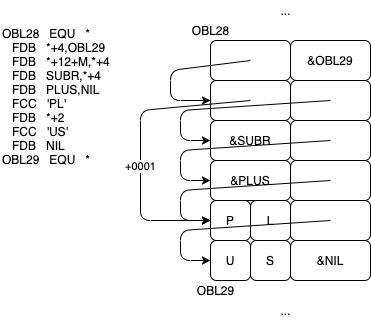
The draw.io diagram assets/2021-08-11-PLUS-Memory Layout.png in guitarvydas/guitarvydas.github.io, before a commit. Source tidied: cells renumbered, new cells last; positions are measured from the earlier drawing's top-left corner, leaving out a move shared by most shapes.
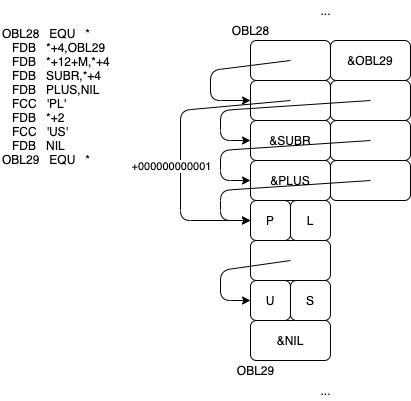
The same file after the commit.

Diff of the diagram source:
```diff
@@ -3,7 +3,7 @@
     <mxCell id="0" />
     <mxCell id="1" parent="0" />
     <mxCell id="2" value="OBL28   EQU   *&#10;   FDB   *+4,OBL29&#10;   FDB   *+12+M,*+4&#10;   FDB   SUBR,*+4&#10;   FDB   PLUS,NIL&#10;   FCC   'PL'&#10;   FDB   *+2&#10;   FCC   'US'&#10;   FDB   NIL&#10;OBL29   EQU   *" style="text;whiteSpace=wrap;html=1;" parent="1" vertex="1">
-      <mxGeometry y="20" width="130" height="160" as="geometry" />
+      <mxGeometry x="-40" y="20" width="130" height="160" as="geometry" />
     </mxCell>
     <mxCell id="3" style="rounded=1;whiteSpace=wrap;html=1;" parent="1" vertex="1">
       <mxGeometry x="210" y="40" width="80" height="40" as="geometry" />
@@ -36,16 +36,16 @@
       <mxGeometry x="210" y="200" width="40" height="40" as="geometry" />
     </mxCell>
     <mxCell id="13" style="rounded=1;whiteSpace=wrap;html=1;" parent="1" vertex="1">
-      <mxGeometry x="290" y="200" width="80" height="40" as="geometry" />
+      <mxGeometry x="210" y="240" width="80" height="40" as="geometry" />
     </mxCell>
     <mxCell id="14" value="U" style="rounded=1;whiteSpace=wrap;html=1;" parent="1" vertex="1">
-      <mxGeometry x="210" y="240" width="40" height="40" as="geometry" />
+      <mxGeometry x="210" y="280" width="40" height="40" as="geometry" />
     </mxCell>
     <mxCell id="15" value="&amp;amp;NIL" style="rounded=1;whiteSpace=wrap;html=1;" parent="1" vertex="1">
-      <mxGeometry x="290" y="240" width="80" height="40" as="geometry" />
+      <mxGeometry x="210" y="320" width="80" height="40" as="geometry" />
     </mxCell>
     <mxCell id="16" value="OBL29" style="text;html=1;align=center;verticalAlign=middle;strokeColor=none;" parent="1" vertex="1">
-      <mxGeometry x="190" y="280" width="50" height="20" as="geometry" />
+      <mxGeometry x="190" y="360" width="50" height="20" as="geometry" />
     </mxCell>
     <mxCell id="17" value="..." style="text;html=1;align=center;verticalAlign=middle;strokeColor=none;" parent="1" vertex="1">
       <mxGeometry x="270" y="300" width="30" height="20" as="geometry" />
@@ -57,7 +57,7 @@
       <mxGeometry x="250" y="200" width="40" height="40" as="geometry" />
     </mxCell>
     <mxCell id="20" value="S" style="rounded=1;whiteSpace=wrap;html=1;" parent="1" vertex="1">
-      <mxGeometry x="250" y="240" width="40" height="40" as="geometry" />
+      <mxGeometry x="250" y="280" width="40" height="40" as="geometry" />
     </mxCell>
     <mxCell id="21" style="endArrow=classic;html=1;entryX=0;entryY=0.5;entryDx=0;entryDy=0;exitX=0.5;exitY=0.5;exitDx=0;exitDy=0;exitPerimeter=0;" parent="1" edge="1" source="3" target="5">
       <mxGeometry relative="1" as="geometry">
@@ -99,11 +99,11 @@
     </mxCell>
     <mxCell id="25" style="endArrow=classic;html=1;" parent="1" edge="1">
       <mxGeometry relative="1" as="geometry">
-        <mxPoint x="330" y="220" as="sourcePoint" />
-        <mxPoint x="210" y="260" as="targetPoint" />
+        <mxPoint x="250" y="260" as="sourcePoint" />
+        <mxPoint x="210" y="300" as="targetPoint" />
         <Array as="points">
-          <mxPoint x="180" y="230" />
-          <mxPoint x="180" y="260" />
+          <mxPoint x="180" y="270" />
+          <mxPoint x="180" y="300" />
         </Array>
       </mxGeometry>
     </mxCell>
@@ -116,8 +116,13 @@
         </Array>
       </mxGeometry>
     </mxCell>
-    <mxCell id="27" value="+0001" style="edgeLabel;html=1;align=center;verticalAlign=middle;" parent="26" vertex="1">
-      <mxGeometry x="0.15" y="-1" relative="1" as="geometry" />
+    <mxCell id="27" value="+000000000001" style="edgeLabel;html=1;align=center;verticalAlign=middle;" parent="26" vertex="1">
+      <mxGeometry x="0.15" y="-1" relative="1" as="geometry">
+        <mxPoint x="-9" as="offset" />
+      </mxGeometry>
     </mxCell>
+    <mxCell id="28" value="..." style="text;html=1;align=center;verticalAlign=middle;strokeColor=none;" parent="1" vertex="1">
+      <mxGeometry x="270" y="380" width="30" height="20" as="geometry" />
+    </mxCell>
   </root>
 </mxGraphModel>
```
